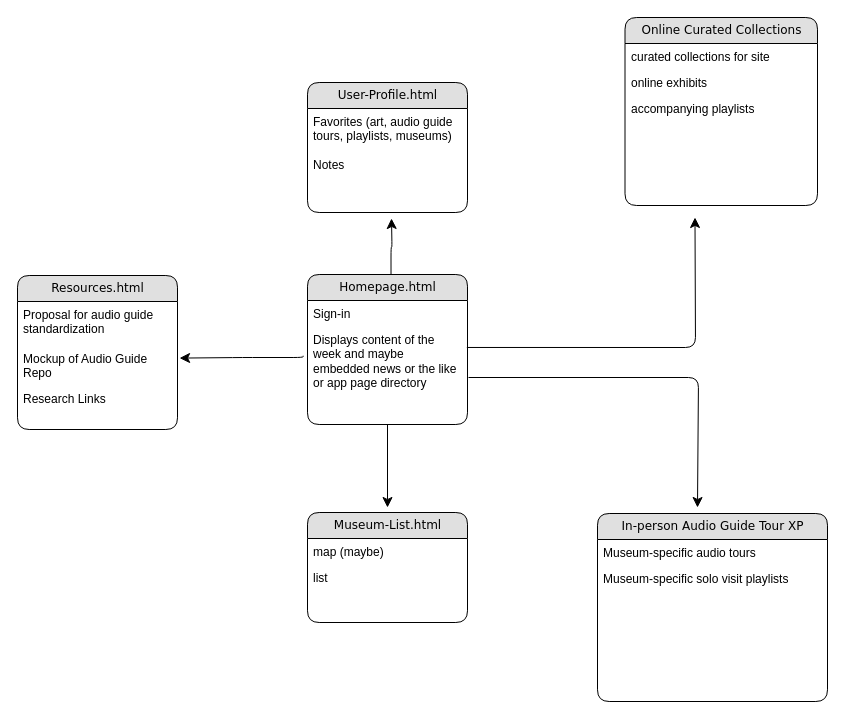
erikkaincolor/project-4-app-flow keeps this draw.io diagram as app_flow_POLK.drawio. Above is the earlier version. Source tidied: cells renumbered, new cells numbered last; positions are measured from the earlier drawing's top-left corner, leaving out a move shared by most shapes. Both pictures are drawn from the tidied source at 100%, with x=0, y=0 at pixel (17, 17).
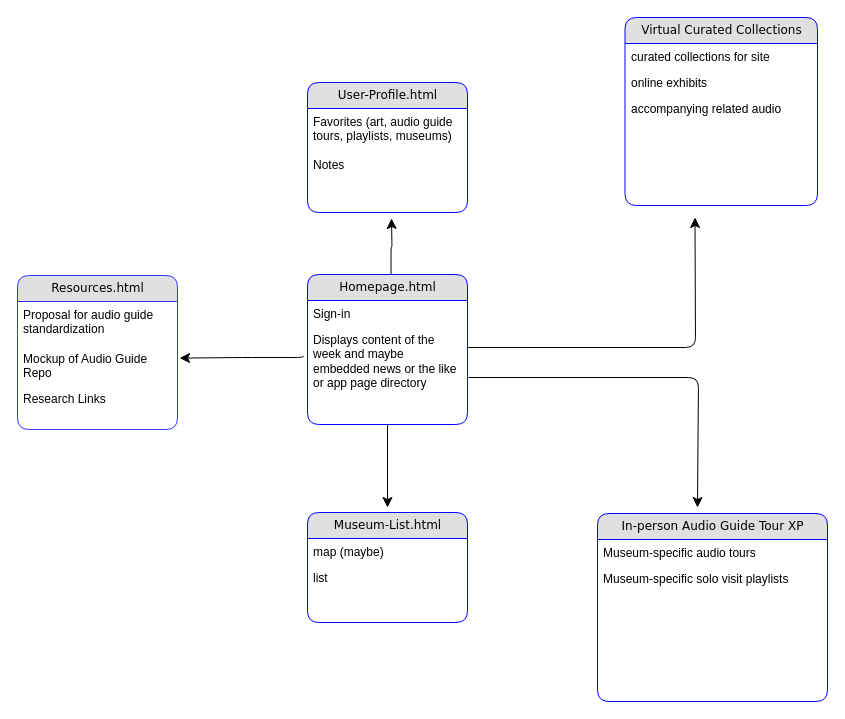
The same diagram, later.

Commit message:
updated resource descriptions in user flow

What changed in the source:
```diff
@@
-    <mxCell id="2" value="User-Profile.html" style="swimlane;html=1;fontStyle=0;horizontal=1;startSize=26;fillColor=#e0e0e0;swimlaneFillColor=#ffffff;align=center;rounded=1;shadow=0;comic=0;labelBackgroundColor=none;strokeWidth=1;fontFamily=Verdana;fontSize=12;" parent="1" vertex="1">
+    <mxCell id="2" value="User-Profile.html" style="swimlane;html=1;fontStyle=0;horizontal=1;startSize=26;fillColor=#e0e0e0;swimlaneFillColor=#ffffff;align=center;rounded=1;shadow=0;comic=0;labelBackgroundColor=none;strokeWidth=1;fontFamily=Verdana;fontSize=12;strokeColor=#0000FF;" parent="1" vertex="1">
       <mxGeometry x="290" y="65" width="160" height="130" as="geometry" />
     </mxCell>
@@
-    <mxCell id="4" value="Resources.html" style="swimlane;html=1;fontStyle=0;horizontal=1;startSize=26;fillColor=#e0e0e0;swimlaneFillColor=#ffffff;align=center;rounded=1;shadow=0;comic=0;labelBackgroundColor=none;strokeWidth=1;fontFamily=Verdana;fontSize=12;" parent="1" vertex="1">
+    <mxCell id="4" value="Resources.html" style="swimlane;html=1;fontStyle=0;horizontal=1;startSize=26;fillColor=#e0e0e0;swimlaneFillColor=#ffffff;align=center;rounded=1;shadow=0;comic=0;labelBackgroundColor=none;strokeWidth=1;fontFamily=Verdana;fontSize=12;strokeColor=#3333FF;" parent="1" vertex="1">
       <mxGeometry y="258" width="160" height="154" as="geometry" />
     </mxCell>
@@
-    <mxCell id="8" value="Online Curated Collections" style="swimlane;html=1;fontStyle=0;horizontal=1;startSize=26;fillColor=#e0e0e0;swimlaneFillColor=#ffffff;align=center;rounded=1;shadow=0;comic=0;labelBackgroundColor=none;strokeWidth=1;fontFamily=Verdana;fontSize=12;" parent="1" vertex="1">
+    <mxCell id="8" value="Virtual Curated Collections" style="swimlane;html=1;fontStyle=0;horizontal=1;startSize=26;fillColor=#e0e0e0;swimlaneFillColor=#ffffff;align=center;rounded=1;shadow=0;comic=0;labelBackgroundColor=none;strokeWidth=1;fontFamily=Verdana;fontSize=12;strokeColor=#0000FF;" parent="1" vertex="1">
       <mxGeometry x="607.5" width="192.5" height="188" as="geometry" />
     </mxCell>
@@
-    <mxCell id="11" value="accompanying playlists" style="text;html=1;strokeColor=none;fillColor=none;spacingLeft=4;spacingRight=4;whiteSpace=wrap;overflow=hidden;" parent="8" vertex="1">
+    <mxCell id="11" value="accompanying related audio" style="text;html=1;strokeColor=none;fillColor=none;spacingLeft=4;spacingRight=4;whiteSpace=wrap;overflow=hidden;" parent="8" vertex="1">
       <mxGeometry y="78" width="192.5" height="84" as="geometry" />
     </mxCell>
-    <mxCell id="12" value="Homepage.html" style="swimlane;html=1;fontStyle=0;horizontal=1;startSize=26;fillColor=#e0e0e0;swimlaneFillColor=#ffffff;align=center;rounded=1;shadow=0;comic=0;labelBackgroundColor=none;strokeWidth=1;fontFamily=Verdana;fontSize=12;" parent="1" vertex="1">
+    <mxCell id="12" value="Homepage.html" style="swimlane;html=1;fontStyle=0;horizontal=1;startSize=26;fillColor=#e0e0e0;swimlaneFillColor=#ffffff;align=center;rounded=1;shadow=0;comic=0;labelBackgroundColor=none;strokeWidth=1;fontFamily=Verdana;fontSize=12;strokeColor=#0000FF;" parent="1" vertex="1">
       <mxGeometry x="290" y="257" width="160" height="150" as="geometry" />
     </mxCell>
@@
-    <mxCell id="15" value="Museum-List.html" style="swimlane;html=1;fontStyle=0;horizontal=1;startSize=26;fillColor=#e0e0e0;swimlaneFillColor=#ffffff;align=center;rounded=1;shadow=0;comic=0;labelBackgroundColor=none;strokeWidth=1;fontFamily=Verdana;fontSize=12;" parent="1" vertex="1">
+    <mxCell id="15" value="Museum-List.html" style="swimlane;html=1;fontStyle=0;horizontal=1;startSize=26;fillColor=#e0e0e0;swimlaneFillColor=#ffffff;align=center;rounded=1;shadow=0;comic=0;labelBackgroundColor=none;strokeWidth=1;fontFamily=Verdana;fontSize=12;strokeColor=#0000FF;" parent="1" vertex="1">
       <mxGeometry x="290" y="495" width="160" height="110" as="geometry" />
     </mxCell>
@@
-    <mxCell id="23" value="In-person Audio Guide Tour XP" style="swimlane;html=1;fontStyle=0;horizontal=1;startSize=26;fillColor=#e0e0e0;swimlaneFillColor=#ffffff;align=center;rounded=1;shadow=0;comic=0;labelBackgroundColor=none;strokeWidth=1;fontFamily=Verdana;fontSize=12;" parent="1" vertex="1">
+    <mxCell id="23" value="In-person Audio Guide Tour XP" style="swimlane;html=1;fontStyle=0;horizontal=1;startSize=26;fillColor=#e0e0e0;swimlaneFillColor=#ffffff;align=center;rounded=1;shadow=0;comic=0;labelBackgroundColor=none;strokeWidth=1;fontFamily=Verdana;fontSize=12;strokeColor=#0000FF;" parent="1" vertex="1">
       <mxGeometry x="580" y="496" width="230" height="188" as="geometry" />
     </mxCell>
```
